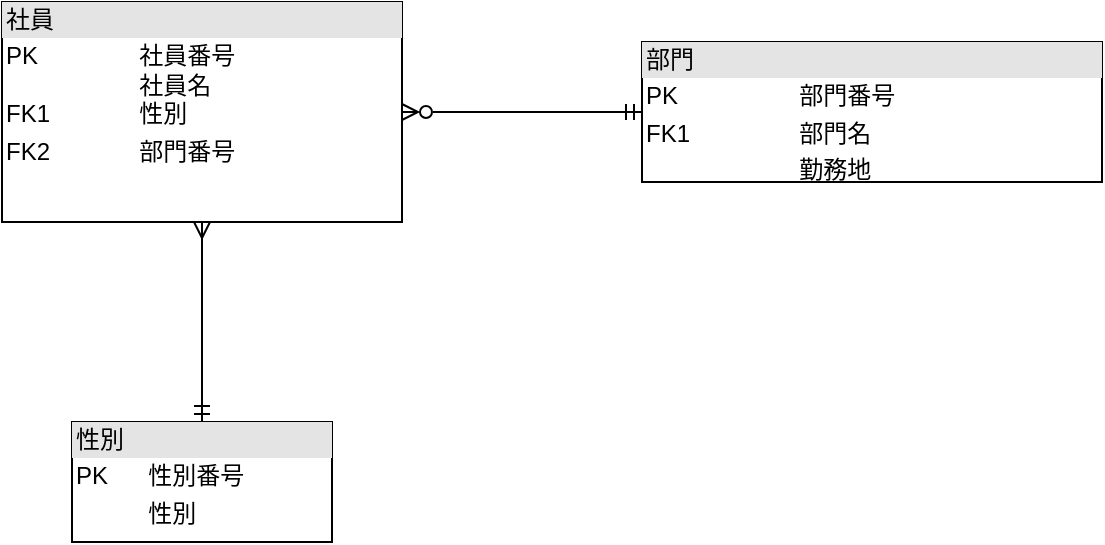
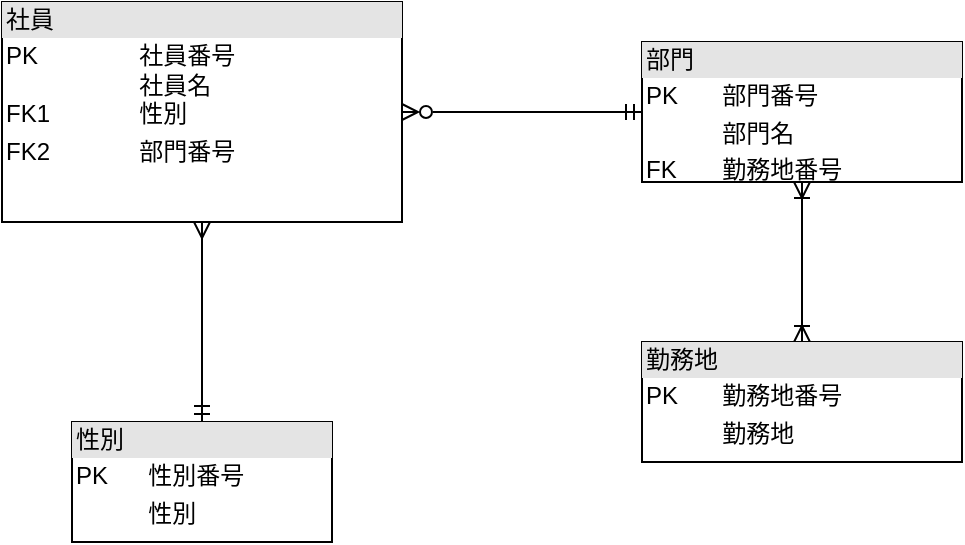
<mxfile host="65bd71144e">
    <diagram id="aHWPeN6R_muNe1XyTK9s" name="ページ1">
-         <mxGraphModel dx="558" dy="524" grid="1" gridSize="10" guides="1" tooltips="1" connect="1" arrows="1" fold="1" page="1" pageScale="1" pageWidth="827" pageHeight="1169" math="0" shadow="0">
+         <mxGraphModel dx="469" dy="441" grid="1" gridSize="10" guides="1" tooltips="1" connect="1" arrows="1" fold="1" page="1" pageScale="1" pageWidth="827" pageHeight="1169" math="0" shadow="0">
            <root>
                <mxCell id="0"/>
                <mxCell id="1" parent="0"/>
                <mxCell id="15" style="edgeStyle=none;html=1;exitX=1;exitY=0.5;exitDx=0;exitDy=0;entryX=0;entryY=0.5;entryDx=0;entryDy=0;startArrow=ERzeroToMany;startFill=0;endArrow=ERmandOne;endFill=0;" parent="1" source="13" target="14" edge="1">
                    <mxGeometry relative="1" as="geometry"/>
                </mxCell>
-                 <mxCell id="19" value="" style="edgeStyle=none;html=1;endArrow=ERmandOne;endFill=0;startArrow=ERmany;startFill=0;" edge="1" parent="1" source="13" target="18">
+                 <mxCell id="19" value="" style="edgeStyle=none;html=1;endArrow=ERmandOne;endFill=0;startArrow=ERmany;startFill=0;" parent="1" source="13" target="18" edge="1">
                    <mxGeometry relative="1" as="geometry"/>
                </mxCell>
                <mxCell id="13" value="&lt;div style=&quot;box-sizing: border-box; width: 100%; background: rgb(228, 228, 228); padding: 2px;&quot;&gt;社員&lt;/div&gt;&lt;table style=&quot;width:100%;font-size:1em;&quot; cellpadding=&quot;2&quot; cellspacing=&quot;0&quot;&gt;&lt;tbody&gt;&lt;tr&gt;&lt;td&gt;PK&lt;br&gt;&lt;br&gt;FK1&lt;/td&gt;&lt;td&gt;社員番号&lt;br&gt;社員名&lt;br&gt;性別&lt;/td&gt;&lt;/tr&gt;&lt;tr&gt;&lt;td&gt;FK2&lt;/td&gt;&lt;td&gt;部門番号&lt;br&gt;&lt;/td&gt;&lt;/tr&gt;&lt;tr&gt;&lt;td&gt;&lt;/td&gt;&lt;td&gt;&lt;br&gt;&lt;/td&gt;&lt;/tr&gt;&lt;/tbody&gt;&lt;/table&gt;" style="verticalAlign=top;align=left;overflow=fill;html=1;whiteSpace=wrap;" parent="1" vertex="1">
                    <mxGeometry x="60" y="130" width="200" height="110" as="geometry"/>
                </mxCell>
-                 <mxCell id="14" value="&lt;div style=&quot;box-sizing: border-box; width: 100%; background: rgb(228, 228, 228); padding: 2px;&quot;&gt;部門&lt;/div&gt;&lt;table style=&quot;width:100%;font-size:1em;&quot; cellpadding=&quot;2&quot; cellspacing=&quot;0&quot;&gt;&lt;tbody&gt;&lt;tr&gt;&lt;td&gt;PK&lt;/td&gt;&lt;td&gt;部門番号&lt;/td&gt;&lt;/tr&gt;&lt;tr&gt;&lt;td&gt;FK1&lt;/td&gt;&lt;td&gt;部門名&lt;/td&gt;&lt;/tr&gt;&lt;tr&gt;&lt;td&gt;&lt;/td&gt;&lt;td&gt;勤務地&lt;/td&gt;&lt;/tr&gt;&lt;/tbody&gt;&lt;/table&gt;" style="verticalAlign=top;align=left;overflow=fill;html=1;whiteSpace=wrap;" parent="1" vertex="1">
-                     <mxGeometry x="380" y="150" width="230" height="70" as="geometry"/>
+                 <mxCell id="21" value="" style="edgeStyle=none;html=1;startArrow=ERoneToMany;startFill=0;endArrow=ERoneToMany;endFill=0;" edge="1" parent="1" source="14" target="20">
+                     <mxGeometry relative="1" as="geometry"/>
                </mxCell>
-                 <mxCell id="18" value="&lt;div style=&quot;box-sizing: border-box; width: 100%; background: rgb(228, 228, 228); padding: 2px;&quot;&gt;性別&lt;/div&gt;&lt;table style=&quot;width:100%;font-size:1em;&quot; cellpadding=&quot;2&quot; cellspacing=&quot;0&quot;&gt;&lt;tbody&gt;&lt;tr&gt;&lt;td&gt;PK&lt;/td&gt;&lt;td&gt;性別番号&lt;/td&gt;&lt;/tr&gt;&lt;tr&gt;&lt;td&gt;&lt;br&gt;&lt;/td&gt;&lt;td&gt;性別&lt;/td&gt;&lt;/tr&gt;&lt;tr&gt;&lt;td&gt;&lt;/td&gt;&lt;td&gt;&lt;br&gt;&lt;/td&gt;&lt;/tr&gt;&lt;/tbody&gt;&lt;/table&gt;" style="verticalAlign=top;align=left;overflow=fill;html=1;whiteSpace=wrap;" vertex="1" parent="1">
+                 <mxCell id="14" value="&lt;div style=&quot;box-sizing: border-box; width: 100%; background: rgb(228, 228, 228); padding: 2px;&quot;&gt;部門&lt;/div&gt;&lt;table style=&quot;width:100%;font-size:1em;&quot; cellpadding=&quot;2&quot; cellspacing=&quot;0&quot;&gt;&lt;tbody&gt;&lt;tr&gt;&lt;td&gt;PK&lt;/td&gt;&lt;td&gt;部門番号&lt;/td&gt;&lt;/tr&gt;&lt;tr&gt;&lt;td&gt;&lt;br&gt;&lt;/td&gt;&lt;td&gt;部門名&lt;/td&gt;&lt;/tr&gt;&lt;tr&gt;&lt;td&gt;FK&lt;/td&gt;&lt;td&gt;勤務地番号&lt;/td&gt;&lt;/tr&gt;&lt;/tbody&gt;&lt;/table&gt;" style="verticalAlign=top;align=left;overflow=fill;html=1;whiteSpace=wrap;" parent="1" vertex="1">
+                     <mxGeometry x="380" y="150" width="160" height="70" as="geometry"/>
+                 </mxCell>
+                 <mxCell id="18" value="&lt;div style=&quot;box-sizing: border-box; width: 100%; background: rgb(228, 228, 228); padding: 2px;&quot;&gt;性別&lt;/div&gt;&lt;table style=&quot;width:100%;font-size:1em;&quot; cellpadding=&quot;2&quot; cellspacing=&quot;0&quot;&gt;&lt;tbody&gt;&lt;tr&gt;&lt;td&gt;PK&lt;/td&gt;&lt;td&gt;性別番号&lt;/td&gt;&lt;/tr&gt;&lt;tr&gt;&lt;td&gt;&lt;br&gt;&lt;/td&gt;&lt;td&gt;性別&lt;/td&gt;&lt;/tr&gt;&lt;tr&gt;&lt;td&gt;&lt;/td&gt;&lt;td&gt;&lt;br&gt;&lt;/td&gt;&lt;/tr&gt;&lt;/tbody&gt;&lt;/table&gt;" style="verticalAlign=top;align=left;overflow=fill;html=1;whiteSpace=wrap;" parent="1" vertex="1">
                    <mxGeometry x="95" y="340" width="130" height="60" as="geometry"/>
+                 </mxCell>
+                 <mxCell id="20" value="&lt;div style=&quot;box-sizing: border-box; width: 100%; background: rgb(228, 228, 228); padding: 2px;&quot;&gt;勤務地&lt;/div&gt;&lt;table style=&quot;width:100%;font-size:1em;&quot; cellpadding=&quot;2&quot; cellspacing=&quot;0&quot;&gt;&lt;tbody&gt;&lt;tr&gt;&lt;td&gt;PK&lt;/td&gt;&lt;td&gt;勤務地番号&lt;/td&gt;&lt;/tr&gt;&lt;tr&gt;&lt;td&gt;&lt;br&gt;&lt;/td&gt;&lt;td&gt;勤務地&lt;/td&gt;&lt;/tr&gt;&lt;tr&gt;&lt;td&gt;&lt;/td&gt;&lt;td&gt;&lt;br&gt;&lt;/td&gt;&lt;/tr&gt;&lt;/tbody&gt;&lt;/table&gt;" style="verticalAlign=top;align=left;overflow=fill;html=1;whiteSpace=wrap;" vertex="1" parent="1">
+                     <mxGeometry x="380" y="300" width="160" height="60" as="geometry"/>
                </mxCell>
            </root>
        </mxGraphModel>
    </diagram>
</mxfile>